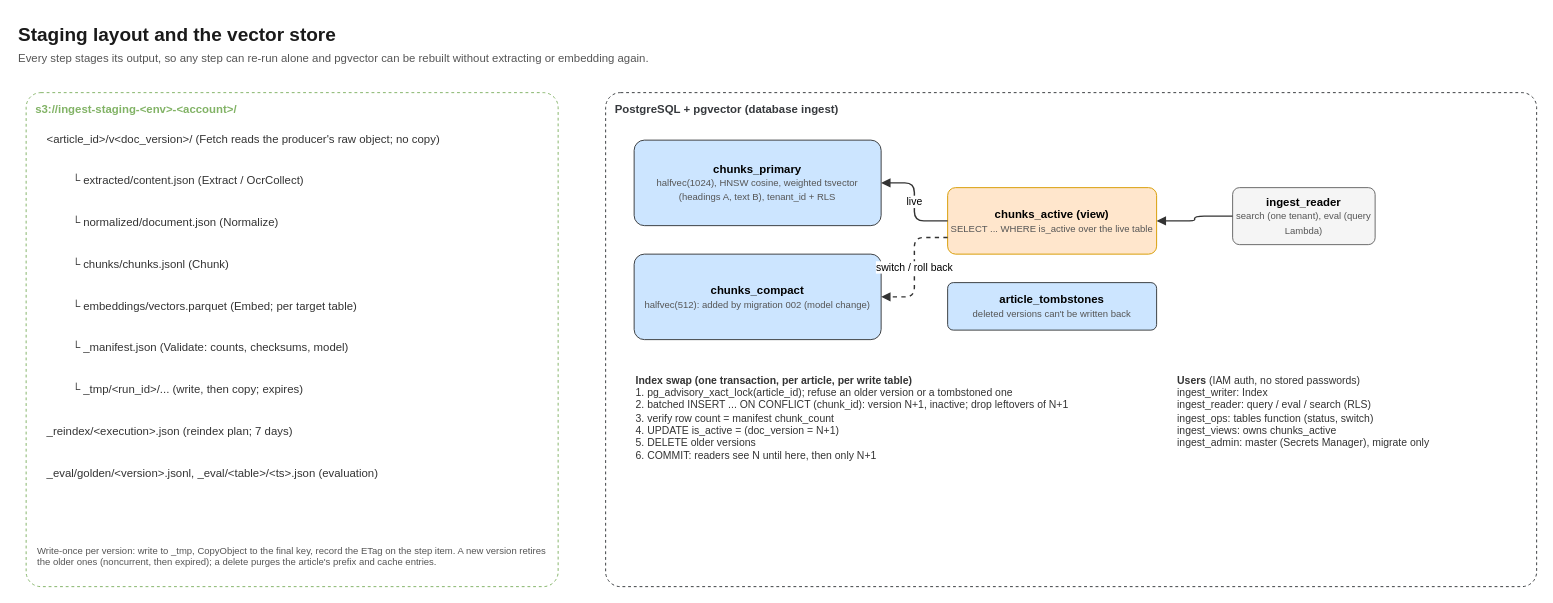
naya-tech-team/entingestion keeps this draw.io diagram as page "6. Staging and vector store" (6 of 10) of docs/diagrams/entingestion.drawio. Above is the earlier version. Source tidied: cells renumbered, new cells numbered last; positions are measured from the earlier drawing's top-left corner, leaving out a move shared by most shapes. Both pictures are drawn from the tidied source at 95%, with x=0, y=0 at pixel (16, 16).
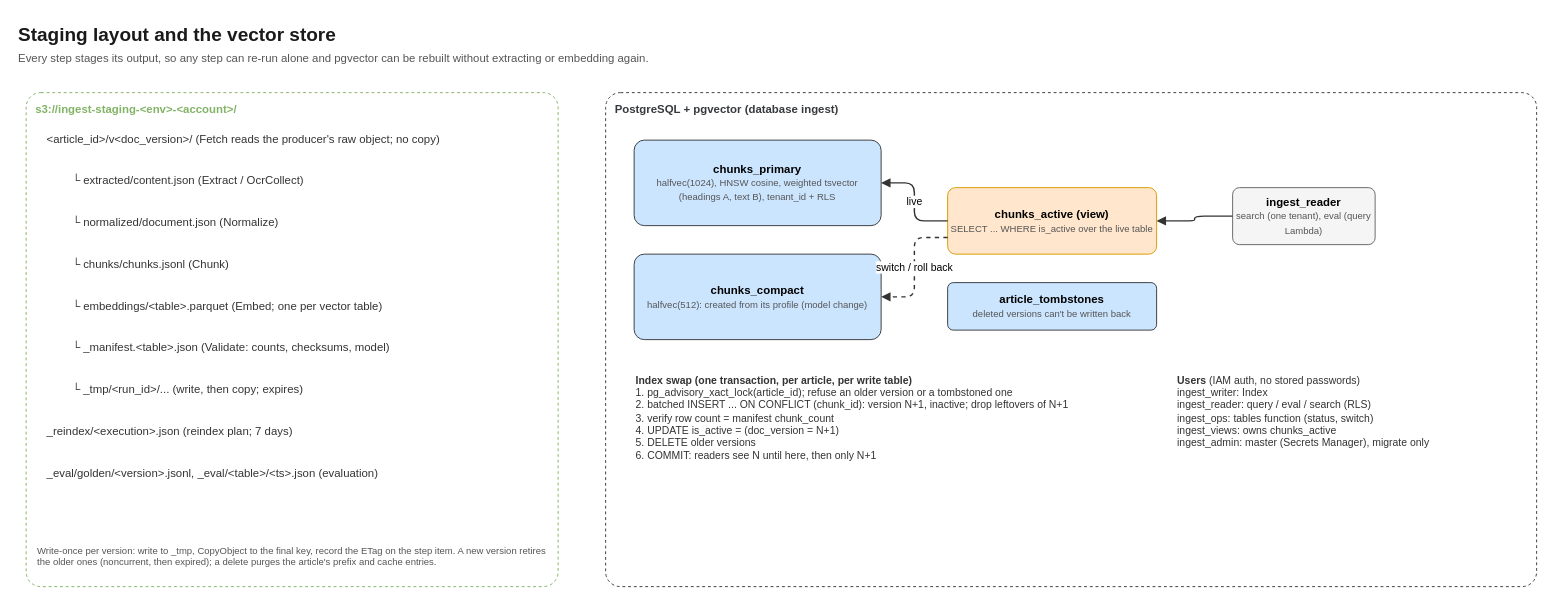
Above is the later version.

What changed in the source:
```diff
@@
-    <mxCell id="9" value="&amp;nbsp;&amp;nbsp;&amp;nbsp;&amp;nbsp;&amp;nbsp;&amp;nbsp;&amp;nbsp;&amp;nbsp;&amp;#9492; embeddings/vectors.parquet  (Embed; per target table)" style="text;html=1;whiteSpace=wrap;align=left;verticalAlign=top;fontSize=12;fontColor=#333333;fontFamily=Helvetica;" parent="1" vertex="1">
+    <mxCell id="9" value="&amp;nbsp;&amp;nbsp;&amp;nbsp;&amp;nbsp;&amp;nbsp;&amp;nbsp;&amp;nbsp;&amp;nbsp;&amp;#9492; embeddings/&amp;lt;table&amp;gt;.parquet  (Embed; one per vector table)" style="text;html=1;whiteSpace=wrap;align=left;verticalAlign=top;fontSize=12;fontColor=#333333;fontFamily=Helvetica;" parent="1" vertex="1">
       <mxGeometry x="30" y="291" width="520" height="30" as="geometry" />
     </mxCell>
-    <mxCell id="10" value="&amp;nbsp;&amp;nbsp;&amp;nbsp;&amp;nbsp;&amp;nbsp;&amp;nbsp;&amp;nbsp;&amp;nbsp;&amp;#9492; _manifest.json  (Validate: counts, checksums, model)" style="text;html=1;whiteSpace=wrap;align=left;verticalAlign=top;fontSize=12;fontColor=#333333;fontFamily=Helvetica;" parent="1" vertex="1">
+    <mxCell id="10" value="&amp;nbsp;&amp;nbsp;&amp;nbsp;&amp;nbsp;&amp;nbsp;&amp;nbsp;&amp;nbsp;&amp;nbsp;&amp;#9492; _manifest.&amp;lt;table&amp;gt;.json  (Validate: counts, checksums, model)" style="text;html=1;whiteSpace=wrap;align=left;verticalAlign=top;fontSize=12;fontColor=#333333;fontFamily=Helvetica;" parent="1" vertex="1">
       <mxGeometry x="30" y="335" width="520" height="30" as="geometry" />
     </mxCell>
@@
-    <mxCell id="17" value="&lt;b&gt;chunks_compact&lt;/b&gt;&lt;br&gt;&lt;font style='font-size:10px' color='#555555'&gt;halfvec(512): added by migration 002 (model change)&lt;/font&gt;" style="rounded=1;arcSize=12;whiteSpace=wrap;html=1;fillColor=#cce5ff;strokeColor=#36393d;fontFamily=Helvetica;fontSize=12;" parent="1" vertex="1">
+    <mxCell id="17" value="&lt;b&gt;chunks_compact&lt;/b&gt;&lt;br&gt;&lt;font style='font-size:10px' color='#555555'&gt;halfvec(512): created from its profile (model change)&lt;/font&gt;" style="rounded=1;arcSize=12;whiteSpace=wrap;html=1;fillColor=#cce5ff;strokeColor=#36393d;fontFamily=Helvetica;fontSize=12;" parent="1" vertex="1">
       <mxGeometry x="650" y="250" width="260" height="90" as="geometry" />
     </mxCell>
```
